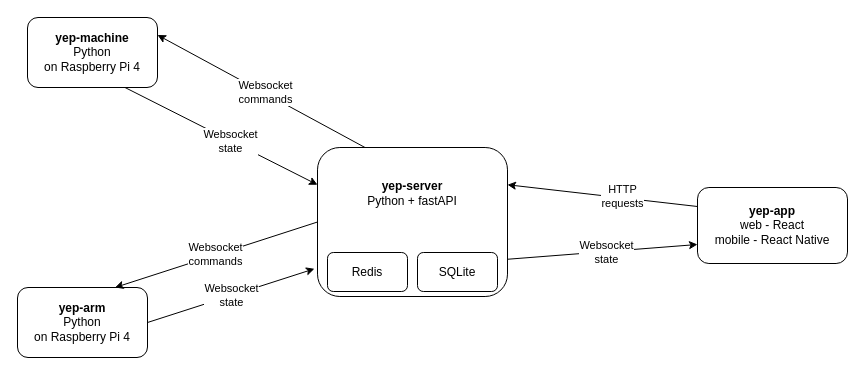
This is docs/architecture.drawio from Givingcontrol/yep-machine, a draw.io file, before an edit. Source tidied: cells renumbered, new cells numbered last; positions are measured from the earlier drawing's top-left corner, leaving out a move shared by most shapes. Both pictures are drawn from the tidied source at 100%, with x=0, y=0 at pixel (17, 17).
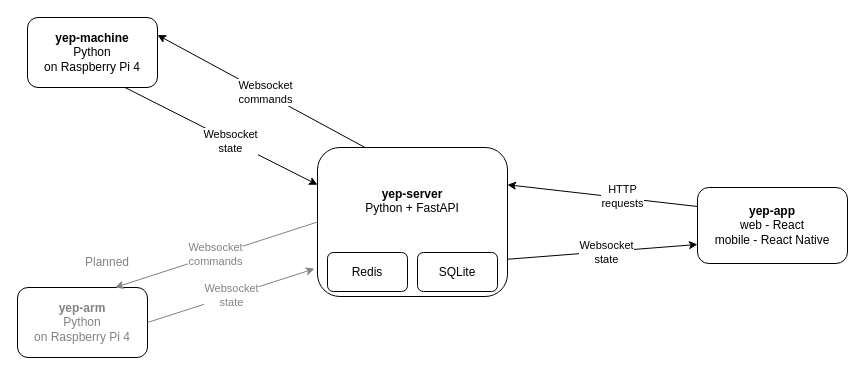
The same page after the edit.

The edit, as a diff of the source:
```diff
@@
 <mxGraphModel>
   <root>
     <mxCell id="0" />
     <mxCell id="1" parent="0" />
     <mxCell id="2" value="&lt;b&gt;yep-machine&lt;/b&gt;&lt;br&gt;Python&lt;br&gt;on Raspberry Pi 4" style="rounded=1;whiteSpace=wrap;html=1;" parent="1" vertex="1">
       <mxGeometry x="10" width="130" height="70" as="geometry" />
     </mxCell>
-    <mxCell id="3" value="&lt;b&gt;yep-arm&lt;/b&gt;&lt;br&gt;Python&lt;br&gt;on Raspberry Pi 4" style="rounded=1;whiteSpace=wrap;html=1;" parent="1" vertex="1">
+    <mxCell id="3" value="&lt;b&gt;yep-arm&lt;/b&gt;&lt;br&gt;Python&lt;br&gt;on Raspberry Pi 4" style="rounded=1;whiteSpace=wrap;html=1;fontColor=#828282;" parent="1" vertex="1">
       <mxGeometry y="270" width="130" height="70" as="geometry" />
     </mxCell>
     <mxCell id="4" value="&lt;b&gt;yep-app&lt;br&gt;&lt;/b&gt;web - React&lt;br&gt;mobile - React Native" style="rounded=1;whiteSpace=wrap;html=1;" parent="1" vertex="1">
       <mxGeometry x="680" y="170" width="150" height="76" as="geometry" />
     </mxCell>
-    <mxCell id="5" value="&lt;b&gt;yep-server&lt;/b&gt;&lt;br&gt;Python + fastAPI&lt;br&gt;&lt;br&gt;&lt;br&gt;&lt;br&gt;&lt;br&gt;" style="rounded=1;whiteSpace=wrap;html=1;" parent="1" vertex="1">
+    <mxCell id="5" value="&lt;b&gt;yep-server&lt;/b&gt;&lt;br&gt;Python + FastAPI&lt;br&gt;&lt;br&gt;&lt;br&gt;&lt;br&gt;" style="rounded=1;whiteSpace=wrap;html=1;" parent="1" vertex="1">
       <mxGeometry x="300" y="130" width="190" height="149" as="geometry" />
     </mxCell>
     <mxCell id="6" value="SQLite" style="rounded=1;whiteSpace=wrap;html=1;" parent="1" vertex="1">
       <mxGeometry x="400" y="235" width="80" height="39" as="geometry" />
     </mxCell>
     <mxCell id="7" value="Redis" style="rounded=1;whiteSpace=wrap;html=1;" parent="1" vertex="1">
       <mxGeometry x="310" y="235" width="80" height="39" as="geometry" />
     </mxCell>
     <mxCell id="8" style="endArrow=classic;html=1;entryX=1;entryY=0.25;entryDx=0;entryDy=0;exitX=0;exitY=0.25;exitDx=0;exitDy=0;" parent="1" edge="1" source="4" target="5">
       <mxGeometry relative="1" as="geometry" />
     </mxCell>
     <mxCell id="9" value="HTTP&lt;br&gt;requests" style="edgeLabel;html=1;align=center;verticalAlign=middle;" parent="8" vertex="1">
       <mxGeometry x="-0.2" y="-2" relative="1" as="geometry" />
     </mxCell>
     <mxCell id="10" style="endArrow=classic;html=1;entryX=0;entryY=0.75;entryDx=0;entryDy=0;exitX=1;exitY=0.75;exitDx=0;exitDy=0;" parent="1" edge="1" source="5" target="4">
       <mxGeometry relative="1" as="geometry" />
     </mxCell>
     <mxCell id="11" value="Websocket&lt;br&gt;state" style="edgeLabel;html=1;align=center;verticalAlign=middle;" parent="10" vertex="1">
       <mxGeometry x="0.04" relative="1" as="geometry" />
     </mxCell>
     <mxCell id="12" style="endArrow=classic;html=1;entryX=1;entryY=0.25;entryDx=0;entryDy=0;exitX=0.25;exitY=0;exitDx=0;exitDy=0;" parent="1" edge="1" source="5" target="2">
       <mxGeometry relative="1" as="geometry" />
     </mxCell>
     <mxCell id="13" value="Websocket&lt;br&gt;commands" style="edgeLabel;html=1;align=center;verticalAlign=middle;" parent="12" vertex="1">
       <mxGeometry x="-0.03" y="-1" relative="1" as="geometry" />
     </mxCell>
     <mxCell id="14" style="endArrow=classic;html=1;entryX=0;entryY=0.25;entryDx=0;entryDy=0;exitX=0.75;exitY=1;exitDx=0;exitDy=0;" parent="1" edge="1" source="2" target="5">
       <mxGeometry relative="1" as="geometry" />
     </mxCell>
     <mxCell id="15" value="Websocket&lt;br&gt;state" style="edgeLabel;html=1;align=center;verticalAlign=middle;" parent="14" vertex="1">
       <mxGeometry x="0.09" relative="1" as="geometry" />
     </mxCell>
-    <mxCell id="16" style="endArrow=classic;html=1;entryX=0.75;entryY=0;entryDx=0;entryDy=0;exitX=0;exitY=0.5;exitDx=0;exitDy=0;" parent="1" edge="1" source="5" target="3">
+    <mxCell id="16" style="endArrow=classic;html=1;entryX=0.75;entryY=0;entryDx=0;entryDy=0;exitX=0;exitY=0.5;exitDx=0;exitDy=0;strokeColor=#828282;" parent="1" edge="1" source="5" target="3">
       <mxGeometry relative="1" as="geometry" />
     </mxCell>
-    <mxCell id="17" value="Websocket&lt;br&gt;commands" style="edgeLabel;html=1;align=center;verticalAlign=middle;" parent="16" vertex="1">
+    <mxCell id="17" value="Websocket&lt;br&gt;commands" style="edgeLabel;html=1;align=center;verticalAlign=middle;fontColor=#828282;" parent="16" vertex="1">
       <mxGeometry x="0.01" y="-1" relative="1" as="geometry" />
     </mxCell>
-    <mxCell id="18" value="Websocket&lt;br&gt;state" style="endArrow=classic;html=1;entryX=-0.016;entryY=0.814;entryDx=0;entryDy=0;entryPerimeter=0;exitX=1;exitY=0.5;exitDx=0;exitDy=0;" parent="1" edge="1" source="3" target="5">
+    <mxCell id="18" value="Websocket&lt;br&gt;state" style="endArrow=classic;html=1;entryX=-0.016;entryY=0.814;entryDx=0;entryDy=0;entryPerimeter=0;exitX=1;exitY=0.5;exitDx=0;exitDy=0;strokeColor=#828282;fontColor=#828282;" parent="1" edge="1" source="3" target="5">
       <mxGeometry relative="1" as="geometry" />
     </mxCell>
+    <mxCell id="19" value="Planned" style="text;html=1;strokeColor=none;fillColor=none;align=center;verticalAlign=middle;whiteSpace=wrap;rounded=0;fontColor=#828282;" parent="1" vertex="1">
+      <mxGeometry x="70" y="235" width="40" height="20" as="geometry" />
+    </mxCell>
   </root>
 </mxGraphModel>
```
